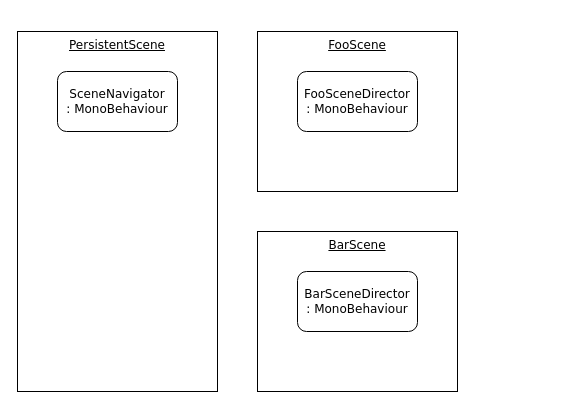
The draw.io diagram books/ushibutatory-gamedev-5/scene-navigator.drawio in ushibutatory/tech-images, before the edit. Source tidied: cells renumbered, new cells numbered last; positions are measured from the earlier drawing's top-left corner, leaving out a move shared by most shapes. Both pictures are drawn from the tidied source at 100%, with x=0, y=0 at pixel (17, 31).
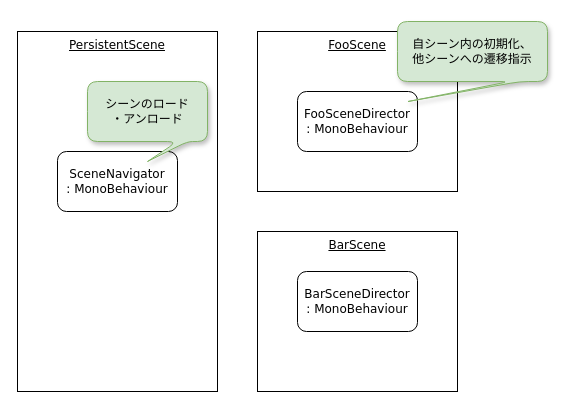
The same page after the edit.

Diff of the diagram source:
```diff
@@
 <mxGraphModel background="#ffffff">
   <root>
     <mxCell id="0" />
     <mxCell id="1" parent="0" />
     <mxCell id="2" value="PersistentScene" style="rounded=0;whiteSpace=wrap;html=1;verticalAlign=top;fontStyle=4;fillColor=none;fontFamily=Verdana;" parent="1" vertex="1">
       <mxGeometry width="200" height="360" as="geometry" />
     </mxCell>
     <mxCell id="3" value="FooScene" style="rounded=0;whiteSpace=wrap;html=1;verticalAlign=top;fontStyle=4;fillColor=none;fontFamily=Verdana;" parent="1" vertex="1">
       <mxGeometry x="240" width="200" height="160" as="geometry" />
     </mxCell>
     <mxCell id="4" value="BarScene" style="rounded=0;whiteSpace=wrap;html=1;verticalAlign=top;fontStyle=4;fillColor=none;fontFamily=Verdana;" parent="1" vertex="1">
       <mxGeometry x="240" y="200" width="200" height="160" as="geometry" />
     </mxCell>
     <mxCell id="5" value="SceneNavigator&lt;br&gt;: MonoBehaviour" style="rounded=1;whiteSpace=wrap;html=1;fontFamily=Verdana;" parent="1" vertex="1">
-      <mxGeometry x="40" y="40" width="120" height="60" as="geometry" />
+      <mxGeometry x="40" y="120" width="120" height="60" as="geometry" />
     </mxCell>
     <mxCell id="6" value="FooSceneDirector&lt;br&gt;: MonoBehaviour" style="rounded=1;whiteSpace=wrap;html=1;fontFamily=Verdana;" parent="1" vertex="1">
-      <mxGeometry x="280" y="40" width="120" height="60" as="geometry" />
+      <mxGeometry x="280" y="60" width="120" height="60" as="geometry" />
     </mxCell>
     <mxCell id="7" value="BarSceneDirector&lt;br&gt;: MonoBehaviour" style="rounded=1;whiteSpace=wrap;html=1;fontFamily=Verdana;" parent="1" vertex="1">
       <mxGeometry x="280" y="240" width="120" height="60" as="geometry" />
     </mxCell>
+    <mxCell id="8" value="シーンのロード&lt;br&gt;・アンロード" style="shape=callout;whiteSpace=wrap;html=1;perimeter=calloutPerimeter;rounded=1;size=20;position=0.75;base=10;shadow=1;fillColor=#d5e8d4;strokeColor=#82b366;" parent="1" vertex="1">
+      <mxGeometry x="70" y="50" width="120" height="80" as="geometry" />
+    </mxCell>
+    <mxCell id="9" value="自シーン内の初期化、&lt;br&gt;他シーンへの遷移指示" style="shape=callout;whiteSpace=wrap;html=1;perimeter=calloutPerimeter;rounded=1;size=20;position=0.75;base=10;shadow=1;fillColor=#d5e8d4;strokeColor=#82b366;position2=0.07;" parent="1" vertex="1">
+      <mxGeometry x="380" y="-10" width="150" height="80" as="geometry" />
+    </mxCell>
   </root>
 </mxGraphModel>
```
